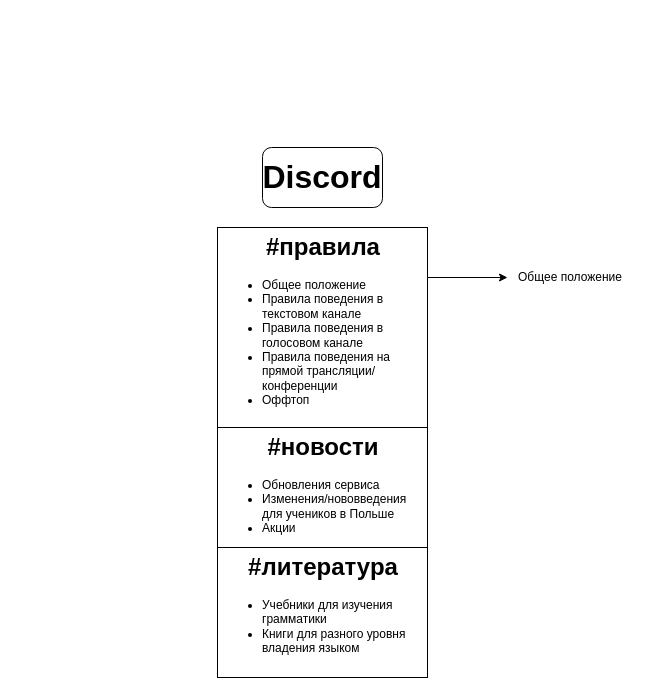
Earlier version of the draw.io diagram Szkoła językowa.drawio (ReiVanSTR/Lua-code-main). Source tidied: cells renumbered, new cells numbered last; positions are measured from the earlier drawing's top-left corner, leaving out a move shared by most shapes. Both pictures are drawn from the tidied source at 100%, with x=0, y=0 at pixel (217, 147).
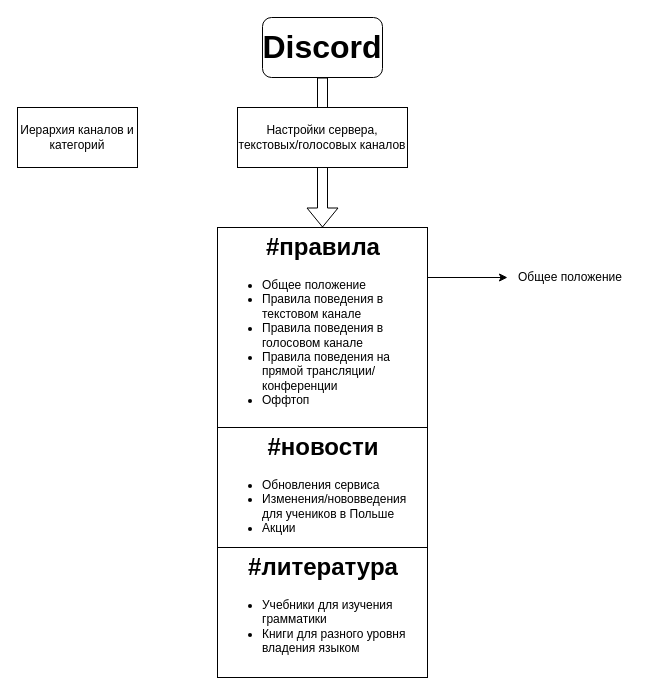
Above is the later version.

Commit message:
Discord graph update

What changed in the source:
```diff
@@
 <mxGraphModel>
   <root>
     <mxCell id="0" />
     <mxCell id="1" parent="0" />
+    <mxCell id="8" style="edgeStyle=orthogonalEdgeStyle;rounded=0;jettySize=auto;html=1;entryX=0.5;entryY=0;entryDx=0;entryDy=0;shape=flexArrow;" parent="1" edge="1" source="2" target="4">
+      <mxGeometry relative="1" as="geometry" />
+    </mxCell>
     <mxCell id="2" value="&lt;font style=&quot;font-size: 32px&quot;&gt;&lt;b&gt;Discord&lt;/b&gt;&lt;/font&gt;" style="rounded=1;whiteSpace=wrap;html=1;" parent="1" vertex="1">
-      <mxGeometry x="45" width="120" height="60" as="geometry" />
+      <mxGeometry x="45" y="-130" width="120" height="60" as="geometry" />
     </mxCell>
     <mxCell id="3" style="edgeStyle=orthogonalEdgeStyle;rounded=0;jettySize=auto;html=1;exitX=1;exitY=0.25;exitDx=0;exitDy=0;" parent="1" edge="1" source="4" target="7">
       <mxGeometry relative="1" as="geometry" />
     </mxCell>
     <mxCell id="4" value="&lt;h1 style=&quot;text-align: center&quot;&gt;#правила&lt;/h1&gt;&lt;div&gt;&lt;ul&gt;&lt;li&gt;Общее положение&amp;nbsp;&lt;br&gt;&lt;/li&gt;&lt;li&gt;Правила поведения в текстовом канале&lt;br&gt;&lt;/li&gt;&lt;li&gt;Правила поведения в голосовом канале&lt;br&gt;&lt;/li&gt;&lt;li&gt;Правила поведения на прямой трансляции/конференции&lt;br&gt;&lt;/li&gt;&lt;li&gt;Оффтоп&lt;/li&gt;&lt;/ul&gt;&lt;/div&gt;&lt;div&gt;&lt;br&gt;&lt;/div&gt;&lt;div&gt;&lt;br&gt;&lt;/div&gt;" style="text;html=1;spacing=5;spacingTop=-20;whiteSpace=wrap;overflow=hidden;rounded=0;strokeColor=#000000;" parent="1" vertex="1">
       <mxGeometry y="80" width="210" height="200" as="geometry" />
     </mxCell>
     <mxCell id="5" value="&lt;h1 style=&quot;text-align: center&quot;&gt;#новости&lt;/h1&gt;&lt;div&gt;&lt;ul&gt;&lt;li&gt;Обновления сервиса&lt;br&gt;&lt;/li&gt;&lt;li&gt;Изменения/нововведения для учеников в Польше&lt;/li&gt;&lt;li&gt;Акции&lt;/li&gt;&lt;/ul&gt;&lt;/div&gt;&lt;div&gt;&lt;br&gt;&lt;/div&gt;&lt;div&gt;&lt;br&gt;&lt;/div&gt;" style="text;html=1;fillColor=none;spacing=5;spacingTop=-20;whiteSpace=wrap;overflow=hidden;rounded=0;strokeColor=#000000;" parent="1" vertex="1">
       <mxGeometry y="280" width="210" height="120" as="geometry" />
     </mxCell>
     <mxCell id="6" value="&lt;h1 style=&quot;text-align: center&quot;&gt;#литература&lt;/h1&gt;&lt;p&gt;&lt;/p&gt;&lt;ul&gt;&lt;li&gt;Учебники для изучения грамматики&lt;br&gt;&lt;/li&gt;&lt;li&gt;Книги для разного уровня владения языком&lt;br&gt;&lt;/li&gt;&lt;/ul&gt;&lt;p&gt;&lt;/p&gt;" style="text;html=1;fillColor=none;spacing=5;spacingTop=-20;whiteSpace=wrap;overflow=hidden;rounded=0;strokeColor=#000000;" parent="1" vertex="1">
       <mxGeometry y="400" width="210" height="130" as="geometry" />
     </mxCell>
     <mxCell id="7" value="Общее положение" style="text;html=1;strokeColor=none;fillColor=none;align=center;verticalAlign=middle;whiteSpace=wrap;rounded=0;" parent="1" vertex="1">
       <mxGeometry x="290" y="70" width="126" height="120" as="geometry" />
     </mxCell>
+    <mxCell id="9" value="Иерархия каналов и категорий" style="rounded=0;whiteSpace=wrap;html=1;strokeColor=#000000;fillColor=none;" parent="1" vertex="1">
+      <mxGeometry x="-200" y="-40" width="120" height="60" as="geometry" />
+    </mxCell>
+    <mxCell id="10" value="Настройки сервера, текстовых/голосовых каналов" style="text;html=1;align=center;verticalAlign=middle;whiteSpace=wrap;rounded=0;fillColor=#ffffff;strokeColor=#000000;" parent="1" vertex="1">
+      <mxGeometry x="20" y="-40" width="170" height="60" as="geometry" />
+    </mxCell>
   </root>
 </mxGraphModel>
```
